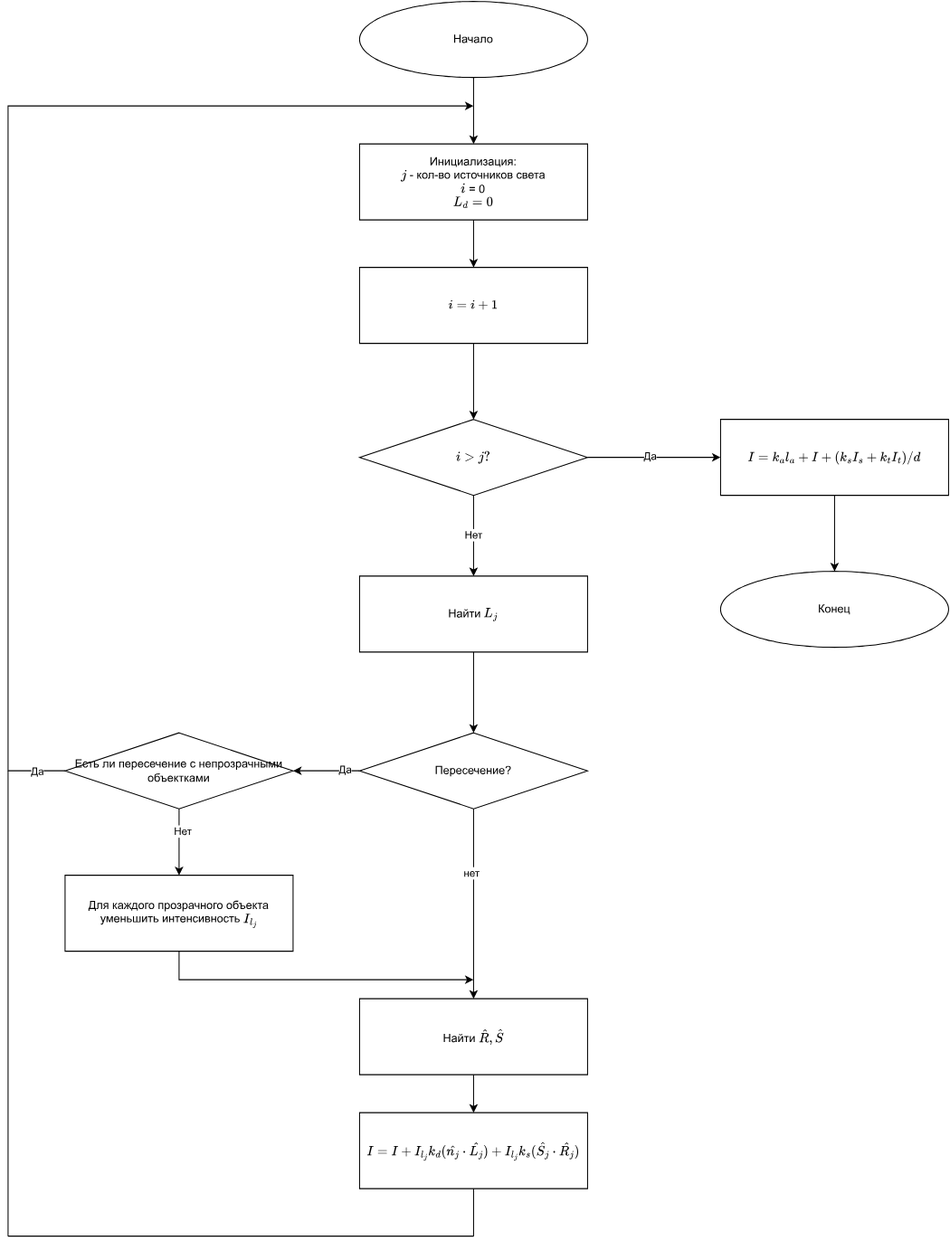
The draw.io diagram docs/images/Yuitted_model.svg in needsomesleeptd/cg_course, before a commit. Source tidied: cells renumbered, new cells last; positions are measured from the earlier drawing's top-left corner, leaving out a move shared by most shapes.
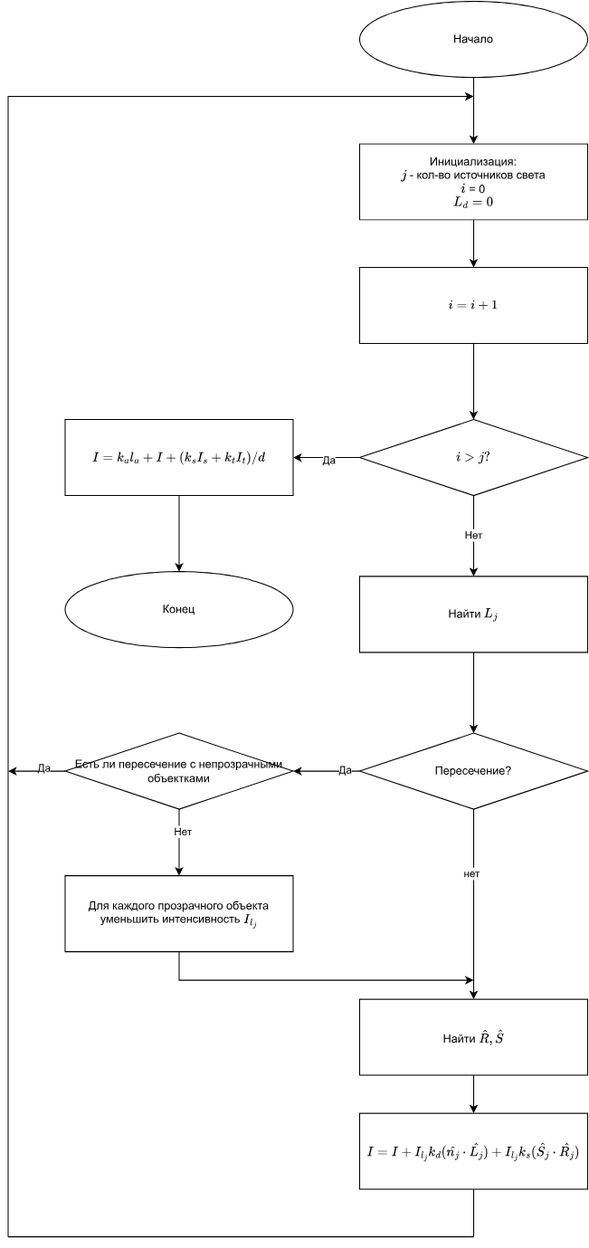
The same file after the commit.

Diff of the diagram source:
```diff
@@ -6,7 +6,7 @@
       <mxGeometry x="370" width="240" height="80" as="geometry" />
     </mxCell>
     <mxCell id="3" value="Конец" style="ellipse;whiteSpace=wrap;html=1;" parent="1" vertex="1">
-      <mxGeometry x="750" y="600" width="240" height="80" as="geometry" />
+      <mxGeometry x="60" y="600" width="240" height="80" as="geometry" />
     </mxCell>
     <mxCell id="4" value="Инициализация:&lt;br&gt;\(j\) - кол-во источников света&lt;br&gt;\(i\) = 0&lt;br&gt;\(L_d = 0\)" style="rounded=0;whiteSpace=wrap;html=1;" parent="1" vertex="1">
       <mxGeometry x="370" y="150" width="240" height="80" as="geometry" />
@@ -33,7 +33,7 @@
       <mxGeometry x="370" y="440" width="240" height="80" as="geometry" />
     </mxCell>
     <mxCell id="12" value="\(I = k_al_a + I&amp;nbsp; + (k_sI_s+k_tI_t) / d\)" style="whiteSpace=wrap;html=1;rounded=0;" parent="1" vertex="1">
-      <mxGeometry x="750" y="440" width="240" height="80" as="geometry" />
+      <mxGeometry x="60" y="440" width="240" height="80" as="geometry" />
     </mxCell>
     <mxCell id="13" style="edgeStyle=orthogonalEdgeStyle;rounded=0;jettySize=auto;html=1;" parent="1" edge="1" source="14" target="17">
       <mxGeometry relative="1" as="geometry" />
@@ -50,20 +50,6 @@
     <mxCell id="17" value="Пересечение?" style="rhombus;whiteSpace=wrap;html=1;rounded=0;" parent="1" vertex="1">
       <mxGeometry x="370" y="770" width="240" height="80" as="geometry" />
     </mxCell>
-    <mxCell id="18" style="edgeStyle=elbowEdgeStyle;rounded=0;jettySize=auto;html=1;exitX=0;exitY=0.5;exitDx=0;exitDy=0;endArrow=classic;endFill=1;" parent="1" edge="1" source="20">
-      <mxGeometry relative="1" as="geometry">
-        <mxPoint x="490" y="110" as="targetPoint" />
-        <Array as="points">
-          <mxPoint y="780" />
-          <mxPoint x="30" y="550" />
-        </Array>
-      </mxGeometry>
-    </mxCell>
-    <mxCell id="19" value="Да" style="edgeLabel;html=1;align=center;verticalAlign=middle;" parent="18" vertex="1">
-      <mxGeometry x="-0.98" y="-3" relative="1" as="geometry">
-        <mxPoint x="-17" y="3" as="offset" />
-      </mxGeometry>
-    </mxCell>
     <mxCell id="20" value="Есть ли пересечение с непрозрачными объектками" style="rhombus;whiteSpace=wrap;html=1;rounded=0;" parent="1" vertex="1">
       <mxGeometry x="60" y="770" width="240" height="80" as="geometry" />
     </mxCell>
@@ -116,14 +102,25 @@
         <mxPoint y="1300" as="targetPoint" />
       </mxGeometry>
     </mxCell>
-    <mxCell id="34" style="endArrow=none;html=1;rounded=0;endFill=0;" parent="1" edge="1">
+    <mxCell id="34" style="endArrow=classic;html=1;rounded=0;endFill=1;edgeStyle=elbowEdgeStyle;" parent="1" edge="1">
       <mxGeometry relative="1" as="geometry">
         <mxPoint y="1300" as="sourcePoint" />
-        <mxPoint y="810" as="targetPoint" />
+        <mxPoint x="490" y="100" as="targetPoint" />
+        <Array as="points">
+          <mxPoint y="710" />
+        </Array>
       </mxGeometry>
     </mxCell>
     <mxCell id="35" style="endArrow=classic;html=1;rounded=0;exitX=0.5;exitY=1;exitDx=0;exitDy=0;entryX=0.5;entryY=0;entryDx=0;entryDy=0;" parent="1" edge="1" source="12" target="3">
       <mxGeometry relative="1" as="geometry" />
     </mxCell>
+    <mxCell id="36" style="endArrow=classic;html=1;rounded=0;exitX=0;exitY=0.5;exitDx=0;exitDy=0;" parent="1" edge="1" source="20">
+      <mxGeometry relative="1" as="geometry">
+        <mxPoint y="810" as="targetPoint" />
+      </mxGeometry>
+    </mxCell>
+    <mxCell id="19" value="Да" style="edgeLabel;html=1;align=center;verticalAlign=middle;" parent="36" vertex="1">
+      <mxGeometry x="-0.22" y="-4" relative="1" as="geometry" />
+    </mxCell>
   </root>
 </mxGraphModel>
```
